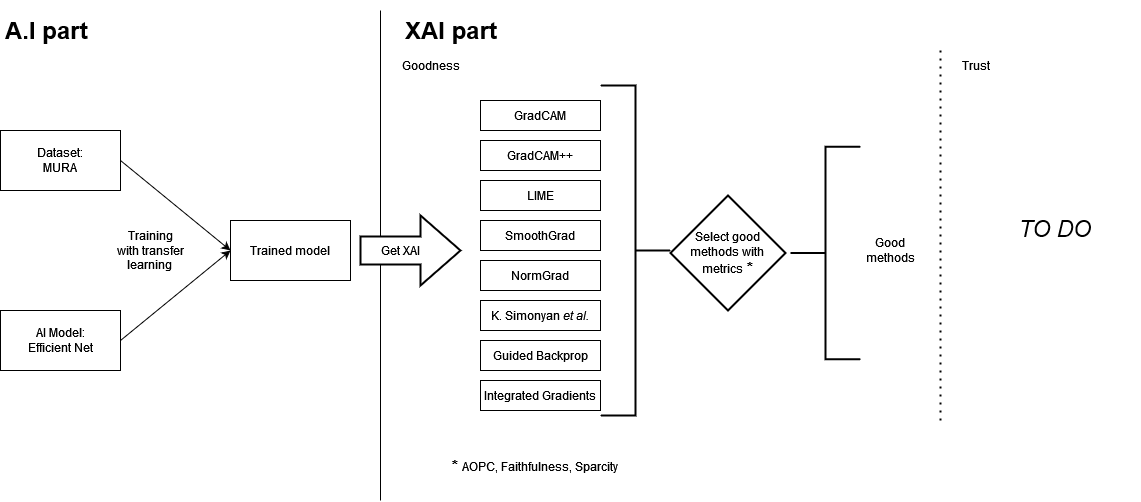
Earlier version of the draw.io export figs/experiment.png (miquelmn/metrics_info). Source tidied: cells renumbered, new cells last; positions are measured from the earlier drawing's top-left corner, leaving out a move shared by most shapes. The source it was exported from:
```xml
<mxGraphModel>
  <root>
    <mxCell id="0" />
    <mxCell id="1" parent="0" />
    <mxCell id="2" value="&lt;div&gt;Dataset:&lt;/div&gt;&lt;div&gt;MURA&lt;br&gt;&lt;/div&gt;" style="rounded=0;whiteSpace=wrap;html=1;" parent="1" vertex="1">
      <mxGeometry y="120" width="120" height="60" as="geometry" />
    </mxCell>
    <mxCell id="3" value="&lt;div&gt;AI Model:&lt;/div&gt;&lt;div&gt;Efficient Net&lt;/div&gt;" style="rounded=0;whiteSpace=wrap;html=1;" parent="1" vertex="1">
      <mxGeometry y="300" width="120" height="60" as="geometry" />
    </mxCell>
    <mxCell id="4" value="Trained model" style="rounded=0;whiteSpace=wrap;html=1;" parent="1" vertex="1">
      <mxGeometry x="230" y="210" width="120" height="60" as="geometry" />
    </mxCell>
    <mxCell id="5" style="endArrow=classic;html=1;rounded=0;exitX=1;exitY=0.5;exitDx=0;exitDy=0;entryX=0;entryY=0.5;entryDx=0;entryDy=0;" parent="1" edge="1" source="3" target="4">
      <mxGeometry relative="1" as="geometry" />
    </mxCell>
    <mxCell id="6" style="endArrow=classic;html=1;rounded=0;exitX=1;exitY=0.5;exitDx=0;exitDy=0;entryX=0;entryY=0.5;entryDx=0;entryDy=0;" parent="1" edge="1" source="2" target="4">
      <mxGeometry relative="1" as="geometry" />
    </mxCell>
    <mxCell id="7" value="&lt;div&gt;Training&lt;/div&gt;&lt;div&gt;with transfer learning&lt;br&gt;&lt;/div&gt;" style="text;html=1;strokeColor=none;fillColor=none;align=center;verticalAlign=middle;whiteSpace=wrap;rounded=0;" parent="1" vertex="1">
      <mxGeometry x="100" y="225" width="100" height="30" as="geometry" />
    </mxCell>
    <mxCell id="8" style="endArrow=none;html=1;rounded=0;" parent="1" edge="1">
      <mxGeometry relative="1" as="geometry">
        <mxPoint x="380" y="490" as="sourcePoint" />
        <mxPoint x="380" as="targetPoint" />
      </mxGeometry>
    </mxCell>
    <mxCell id="9" value="&lt;h1&gt;A.I part&lt;br&gt;&lt;/h1&gt;&lt;p&gt;&lt;br&gt;&lt;/p&gt;" style="text;html=1;strokeColor=none;fillColor=none;spacing=5;spacingTop=-20;whiteSpace=wrap;overflow=hidden;rounded=0;" parent="1" vertex="1">
      <mxGeometry width="110" height="40" as="geometry" />
    </mxCell>
    <mxCell id="10" value="&lt;h1&gt;XAI part&lt;br&gt;&lt;/h1&gt;&lt;p&gt;&lt;br&gt;&lt;/p&gt;" style="text;html=1;strokeColor=none;fillColor=none;spacing=5;spacingTop=-20;whiteSpace=wrap;overflow=hidden;rounded=0;" parent="1" vertex="1">
      <mxGeometry x="400" width="110" height="40" as="geometry" />
    </mxCell>
    <mxCell id="11" value="&lt;div align=&quot;left&quot;&gt;Goodness&lt;/div&gt;" style="text;html=1;strokeColor=none;fillColor=none;align=left;verticalAlign=middle;whiteSpace=wrap;rounded=0;" parent="1" vertex="1">
      <mxGeometry x="400" y="40" width="110" height="30" as="geometry" />
    </mxCell>
    <mxCell id="12" style="strokeWidth=2;html=1;shape=mxgraph.flowchart.annotation_2;align=left;labelPosition=right;rotation=-180;" parent="1" vertex="1">
      <mxGeometry x="600" y="75" width="70" height="330" as="geometry" />
    </mxCell>
    <mxCell id="13" value="GradCAM" style="rounded=0;whiteSpace=wrap;html=1;" parent="1" vertex="1">
      <mxGeometry x="480" y="90" width="120" height="30" as="geometry" />
    </mxCell>
    <mxCell id="14" value="GradCAM++" style="rounded=0;whiteSpace=wrap;html=1;" parent="1" vertex="1">
      <mxGeometry x="480" y="130" width="120" height="30" as="geometry" />
    </mxCell>
    <mxCell id="15" value="LIME" style="rounded=0;whiteSpace=wrap;html=1;" parent="1" vertex="1">
      <mxGeometry x="480" y="170" width="120" height="30" as="geometry" />
    </mxCell>
    <mxCell id="16" value="SmoothGrad" style="rounded=0;whiteSpace=wrap;html=1;" parent="1" vertex="1">
      <mxGeometry x="480" y="210" width="120" height="30" as="geometry" />
    </mxCell>
    <mxCell id="17" value="NormGrad" style="rounded=0;whiteSpace=wrap;html=1;" parent="1" vertex="1">
      <mxGeometry x="480" y="250" width="120" height="30" as="geometry" />
    </mxCell>
    <mxCell id="18" value="K. Simonyan &lt;em&gt;et al.&lt;/em&gt;" style="rounded=0;whiteSpace=wrap;html=1;" parent="1" vertex="1">
      <mxGeometry x="480" y="290" width="120" height="30" as="geometry" />
    </mxCell>
    <mxCell id="19" value="Guided Backprop" style="rounded=0;whiteSpace=wrap;html=1;" parent="1" vertex="1">
      <mxGeometry x="480" y="330" width="120" height="30" as="geometry" />
    </mxCell>
    <mxCell id="20" value="Integrated Gradients" style="rounded=0;whiteSpace=wrap;html=1;" parent="1" vertex="1">
      <mxGeometry x="480" y="370" width="120" height="30" as="geometry" />
    </mxCell>
    <mxCell id="21" style="verticalLabelPosition=bottom;verticalAlign=top;html=1;strokeWidth=2;shape=mxgraph.arrows2.arrow;dy=0.6;dx=40;notch=0;" parent="1" vertex="1">
      <mxGeometry x="360" y="205" width="100" height="70" as="geometry" />
    </mxCell>
    <mxCell id="22" value="Get XAI" style="text;html=1;strokeColor=none;fillColor=none;align=center;verticalAlign=middle;whiteSpace=wrap;rounded=0;" parent="1" vertex="1">
      <mxGeometry x="370" y="225" width="60" height="30" as="geometry" />
    </mxCell>
    <mxCell id="23" value="&lt;div&gt;Select good&lt;/div&gt;&lt;div&gt;methods with &lt;br&gt;&lt;/div&gt;&lt;div style=&quot;font-size: 15px&quot;&gt;&lt;font style=&quot;font-size: 12px&quot;&gt;metrics&lt;/font&gt; &lt;b&gt;&lt;font style=&quot;font-size: 15px&quot;&gt;*&lt;/font&gt;&lt;/b&gt;&lt;br&gt;&lt;/div&gt;" style="strokeWidth=2;html=1;shape=mxgraph.flowchart.decision;whiteSpace=wrap;" parent="1" vertex="1">
      <mxGeometry x="670" y="185" width="115" height="115" as="geometry" />
    </mxCell>
    <mxCell id="24" value="&lt;b&gt;&lt;font style=&quot;font-size: 15px&quot;&gt;* &lt;/font&gt;&lt;/b&gt;AOPC, Faithfulness, Sparcity" style="text;html=1;strokeColor=none;fillColor=none;align=left;verticalAlign=middle;whiteSpace=wrap;rounded=0;" parent="1" vertex="1">
      <mxGeometry x="450" y="440" width="210" height="30" as="geometry" />
    </mxCell>
    <mxCell id="25" style="endArrow=none;dashed=1;html=1;dashPattern=1 3;strokeWidth=2;rounded=0;fontSize=12;" parent="1" edge="1">
      <mxGeometry relative="1" as="geometry">
        <mxPoint x="940" y="410" as="sourcePoint" />
        <mxPoint x="940" y="40" as="targetPoint" />
      </mxGeometry>
    </mxCell>
    <mxCell id="26" style="strokeWidth=2;html=1;shape=mxgraph.flowchart.annotation_2;align=left;labelPosition=right;rotation=0;" parent="1" vertex="1">
      <mxGeometry x="790" y="136.2" width="70" height="212.5" as="geometry" />
    </mxCell>
    <mxCell id="27" value="Good methods" style="text;html=1;strokeColor=none;fillColor=none;align=center;verticalAlign=middle;whiteSpace=wrap;rounded=0;fontSize=12;" parent="1" vertex="1">
      <mxGeometry x="860" y="225" width="60" height="30" as="geometry" />
    </mxCell>
    <mxCell id="28" value="Trust" style="text;html=1;strokeColor=none;fillColor=none;align=left;verticalAlign=middle;whiteSpace=wrap;rounded=0;" parent="1" vertex="1">
      <mxGeometry x="960" y="40" width="110" height="30" as="geometry" />
    </mxCell>
    <mxCell id="29" value="&lt;i&gt;&lt;font style=&quot;font-size: 23px&quot;&gt;TO DO&lt;/font&gt;&lt;/i&gt;" style="text;html=1;strokeColor=none;fillColor=none;align=center;verticalAlign=middle;whiteSpace=wrap;rounded=0;fontSize=12;" parent="1" vertex="1">
      <mxGeometry x="970" y="175" width="170" height="85" as="geometry" />
    </mxCell>
  </root>
</mxGraphModel>
```
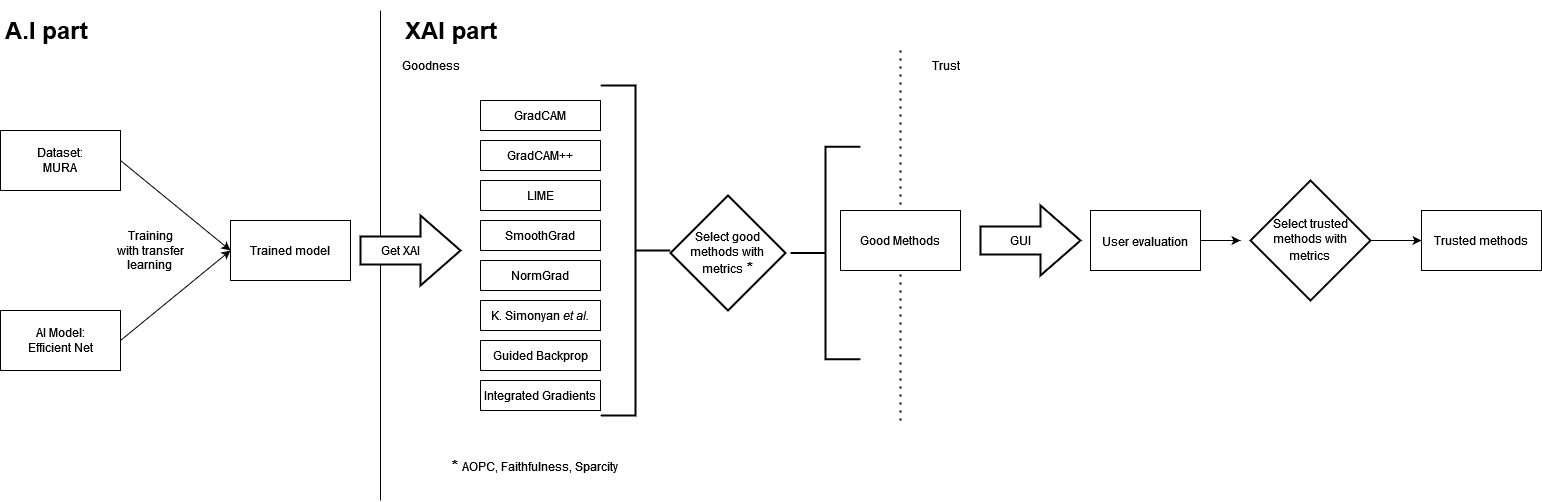
Above is the later version.

Commit message:
Afegida segona part de l'experiment: confiança

The edit, as a diff of the source:
```diff
@@ -74,23 +74,43 @@
     <mxCell id="24" value="&lt;b&gt;&lt;font style=&quot;font-size: 15px&quot;&gt;* &lt;/font&gt;&lt;/b&gt;AOPC, Faithfulness, Sparcity" style="text;html=1;strokeColor=none;fillColor=none;align=left;verticalAlign=middle;whiteSpace=wrap;rounded=0;" parent="1" vertex="1">
       <mxGeometry x="450" y="440" width="210" height="30" as="geometry" />
     </mxCell>
+    <mxCell id="26" style="strokeWidth=2;html=1;shape=mxgraph.flowchart.annotation_2;align=left;labelPosition=right;rotation=0;" parent="1" vertex="1">
+      <mxGeometry x="790" y="136.2" width="70" height="212.5" as="geometry" />
+    </mxCell>
+    <mxCell id="28" value="Trust" style="text;html=1;strokeColor=none;fillColor=none;align=left;verticalAlign=middle;whiteSpace=wrap;rounded=0;" parent="1" vertex="1">
+      <mxGeometry x="930" y="40" width="110" height="30" as="geometry" />
+    </mxCell>
+    <mxCell id="30" style="edgeStyle=orthogonalEdgeStyle;rounded=0;jettySize=auto;html=1;fontSize=12;" parent="1" edge="1" source="31">
+      <mxGeometry relative="1" as="geometry">
+        <mxPoint x="1240" y="230" as="targetPoint" />
+      </mxGeometry>
+    </mxCell>
+    <mxCell id="31" value="&lt;font style=&quot;font-size: 12px&quot;&gt;User evaluation&lt;/font&gt;" style="rounded=0;whiteSpace=wrap;html=1;fontSize=16;" parent="1" vertex="1">
+      <mxGeometry x="1090" y="200" width="110" height="60" as="geometry" />
+    </mxCell>
     <mxCell id="25" style="endArrow=none;dashed=1;html=1;dashPattern=1 3;strokeWidth=2;rounded=0;fontSize=12;" parent="1" edge="1">
       <mxGeometry relative="1" as="geometry">
-        <mxPoint x="940" y="410" as="sourcePoint" />
-        <mxPoint x="940" y="40" as="targetPoint" />
+        <mxPoint x="900" y="410" as="sourcePoint" />
+        <mxPoint x="900" y="40" as="targetPoint" />
       </mxGeometry>
     </mxCell>
-    <mxCell id="26" style="strokeWidth=2;html=1;shape=mxgraph.flowchart.annotation_2;align=left;labelPosition=right;rotation=0;" parent="1" vertex="1">
-      <mxGeometry x="790" y="136.2" width="70" height="212.5" as="geometry" />
-    </mxCell>
-    <mxCell id="27" value="Good methods" style="text;html=1;strokeColor=none;fillColor=none;align=center;verticalAlign=middle;whiteSpace=wrap;rounded=0;fontSize=12;" parent="1" vertex="1">
-      <mxGeometry x="860" y="225" width="60" height="30" as="geometry" />
-    </mxCell>
-    <mxCell id="28" value="Trust" style="text;html=1;strokeColor=none;fillColor=none;align=left;verticalAlign=middle;whiteSpace=wrap;rounded=0;" parent="1" vertex="1">
-      <mxGeometry x="960" y="40" width="110" height="30" as="geometry" />
-    </mxCell>
-    <mxCell id="29" value="&lt;i&gt;&lt;font style=&quot;font-size: 23px&quot;&gt;TO DO&lt;/font&gt;&lt;/i&gt;" style="text;html=1;strokeColor=none;fillColor=none;align=center;verticalAlign=middle;whiteSpace=wrap;rounded=0;fontSize=12;" parent="1" vertex="1">
-      <mxGeometry x="970" y="175" width="170" height="85" as="geometry" />
-    </mxCell>
+    <mxCell id="32" value="Good Methods" style="rounded=0;whiteSpace=wrap;html=1;fontSize=12;" parent="1" vertex="1">
+      <mxGeometry x="840" y="200" width="120" height="60" as="geometry" />
+    </mxCell>
+    <mxCell id="33" style="verticalLabelPosition=bottom;verticalAlign=top;html=1;strokeWidth=2;shape=mxgraph.arrows2.arrow;dy=0.6;dx=40;notch=0;" parent="1" vertex="1">
+      <mxGeometry x="980" y="195" width="100" height="70" as="geometry" />
+    </mxCell>
+    <mxCell id="34" value="GUI" style="text;html=1;strokeColor=none;fillColor=none;align=center;verticalAlign=middle;whiteSpace=wrap;rounded=0;" parent="1" vertex="1">
+      <mxGeometry x="990" y="215" width="60" height="30" as="geometry" />
+    </mxCell>
+    <mxCell id="35" style="edgeStyle=orthogonalEdgeStyle;rounded=0;jettySize=auto;html=1;entryX=0;entryY=0.5;entryDx=0;entryDy=0;fontSize=15;" parent="1" edge="1" source="36" target="37">
+      <mxGeometry relative="1" as="geometry" />
+    </mxCell>
+    <mxCell id="36" value="&lt;div&gt;Select trusted methods with &lt;br&gt;&lt;/div&gt;&lt;div style=&quot;font-size: 15px&quot;&gt;&lt;font style=&quot;font-size: 12px&quot;&gt;metrics&lt;/font&gt;&lt;br&gt;&lt;/div&gt;" style="strokeWidth=2;html=1;shape=mxgraph.flowchart.decision;whiteSpace=wrap;" parent="1" vertex="1">
+      <mxGeometry x="1250" y="170" width="120" height="120" as="geometry" />
+    </mxCell>
+    <mxCell id="37" value="Trusted methods" style="rounded=0;whiteSpace=wrap;html=1;fontSize=12;" parent="1" vertex="1">
+      <mxGeometry x="1421" y="200" width="120" height="60" as="geometry" />
+    </mxCell>
   </root>
 </mxGraphModel>
```
